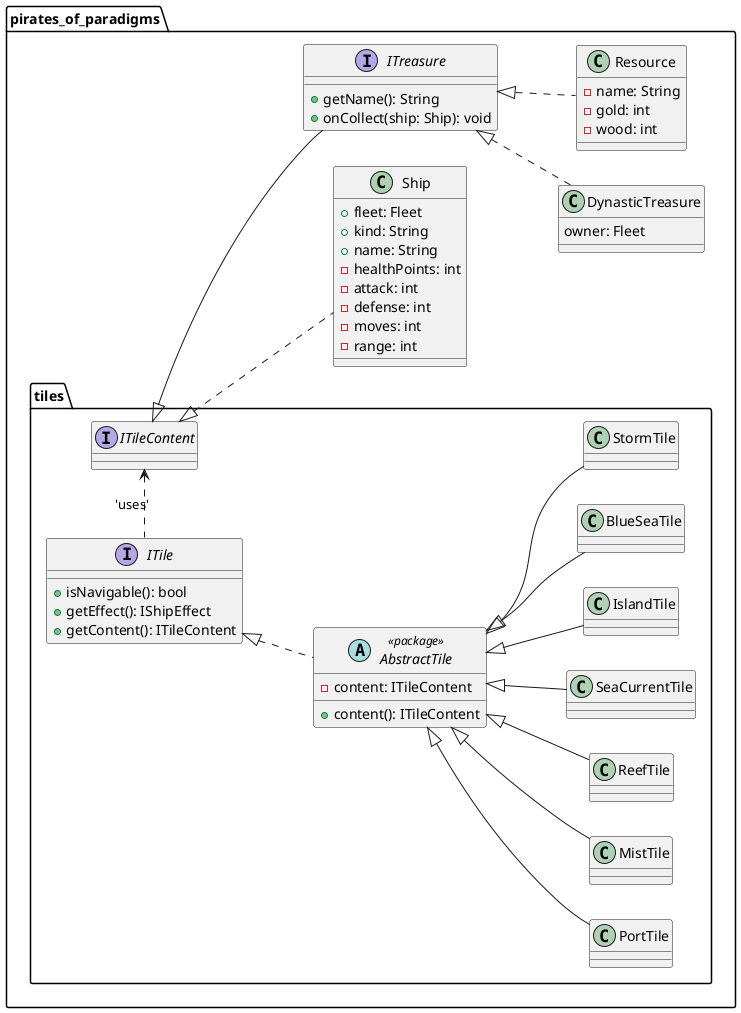
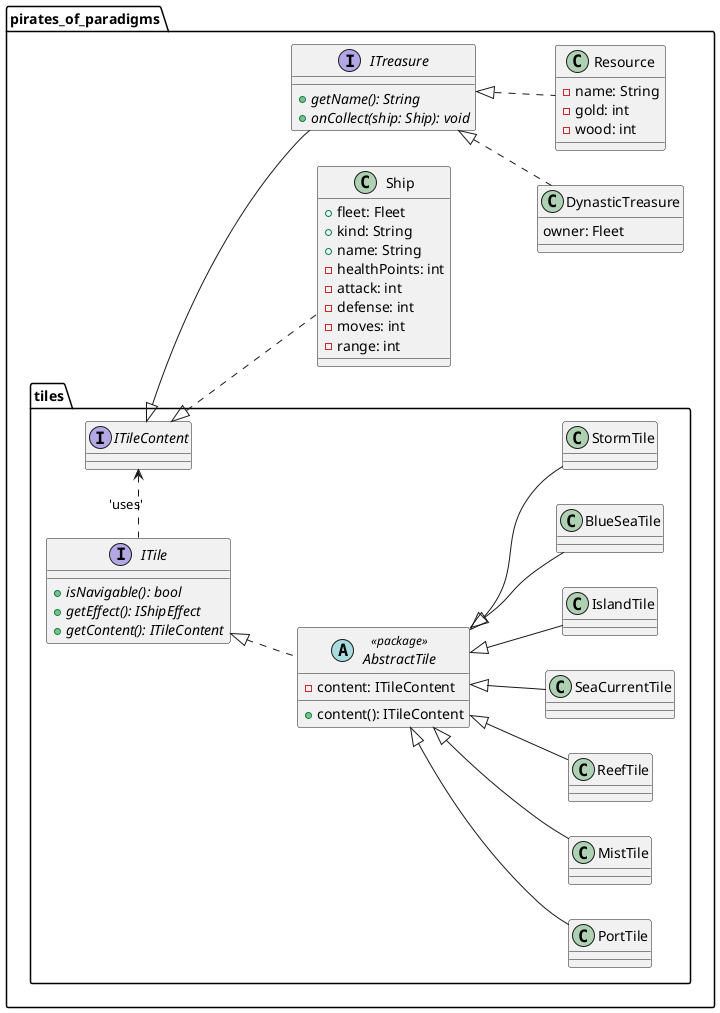
@startuml
left to right direction

package "pirates_of_paradigms" {
    package "tiles" {
        interface ITile
        interface ITileContent
        abstract AbstractTile <<package>> implements ITile
        class BlueSeaTile extends AbstractTile
        class StormTile extends AbstractTile
        class PortTile extends AbstractTile
        class MistTile extends AbstractTile
        class ReefTile extends AbstractTile
        class SeaCurrentTile extends AbstractTile
        class IslandTile extends AbstractTile
        ITileContent <. ITile : 'uses'
    }

    interface ITreasure implements tiles.ITileContent
    class Resource implements ITreasure
    class DynasticTreasure implements ITreasure
    class Ship implements tiles.ITileContent
}

' ################################################################
' Esta sección es para definir miembros y metodos
' ################################################################

interface pirates_of_paradigms.tiles.ITile {
-     + isNavigable(): bool
-     + getEffect(): IShipEffect
-     + getContent(): ITileContent
+     + {abstract} isNavigable(): bool
+     + {abstract} getEffect(): IShipEffect
+     + {abstract} getContent(): ITileContent
}

abstract pirates_of_paradigms.tiles.AbstractTile {
    - content: ITileContent
    + content(): ITileContent
}

interface pirates_of_paradigms.ITreasure {
-     + getName(): String
-     + onCollect(ship: Ship): void
+     + {abstract} getName(): String
+     + {abstract} onCollect(ship: Ship): void
}

class pirates_of_paradigms.Resource {
    - name: String
    - gold: int
    - wood: int
}

class pirates_of_paradigms.DynasticTreasure {
    owner: Fleet
}

class pirates_of_paradigms.Ship {
    + fleet: Fleet
    + kind: String
    + name: String
    - healthPoints: int
    - attack: int
    - defense: int
    - moves: int
    - range: int
}

@enduml